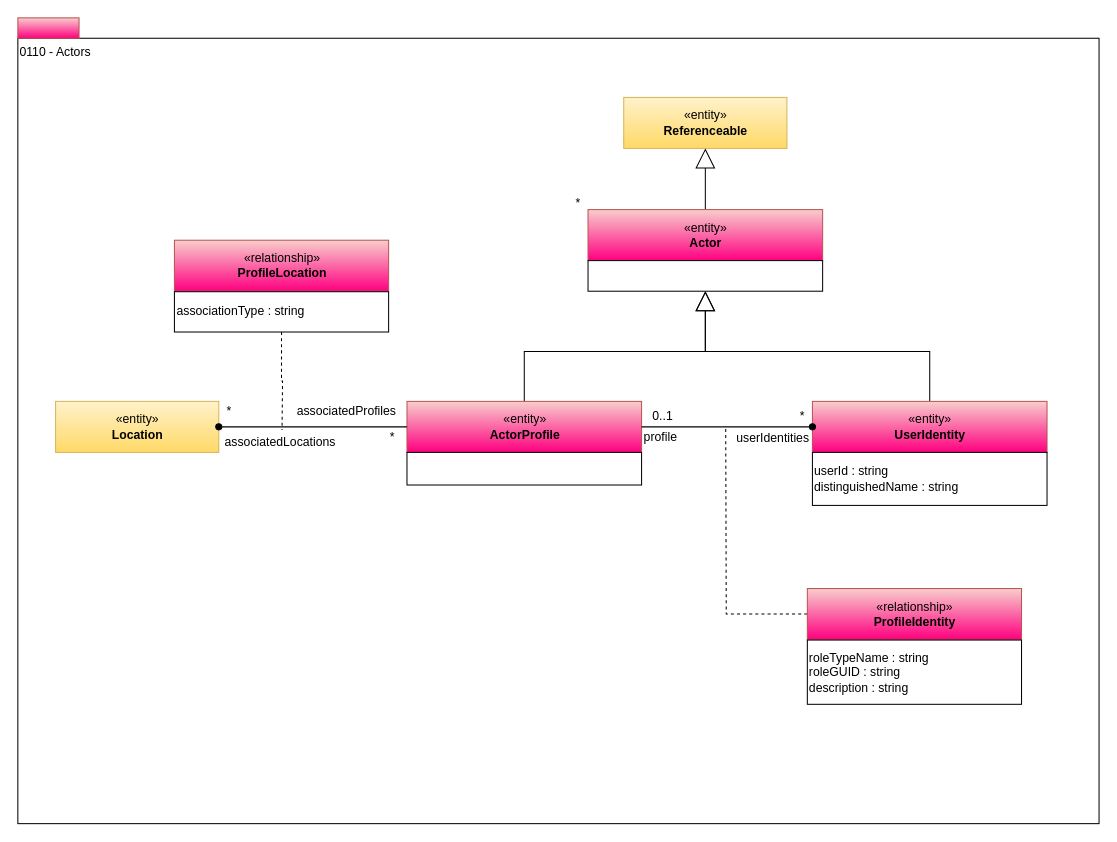
Before: page "0110-Actors" (2 of 16) of site/docs/types/1/area-1-collaboration.drawio in odpi/egeria-docs, a draw.io diagram. Source tidied: cells renumbered, new cells numbered last; positions are measured from the earlier drawing's top-left corner, leaving out a move shared by most shapes. Both pictures are drawn from the tidied source at 102%, with x=0, y=0 at pixel (17, 17).
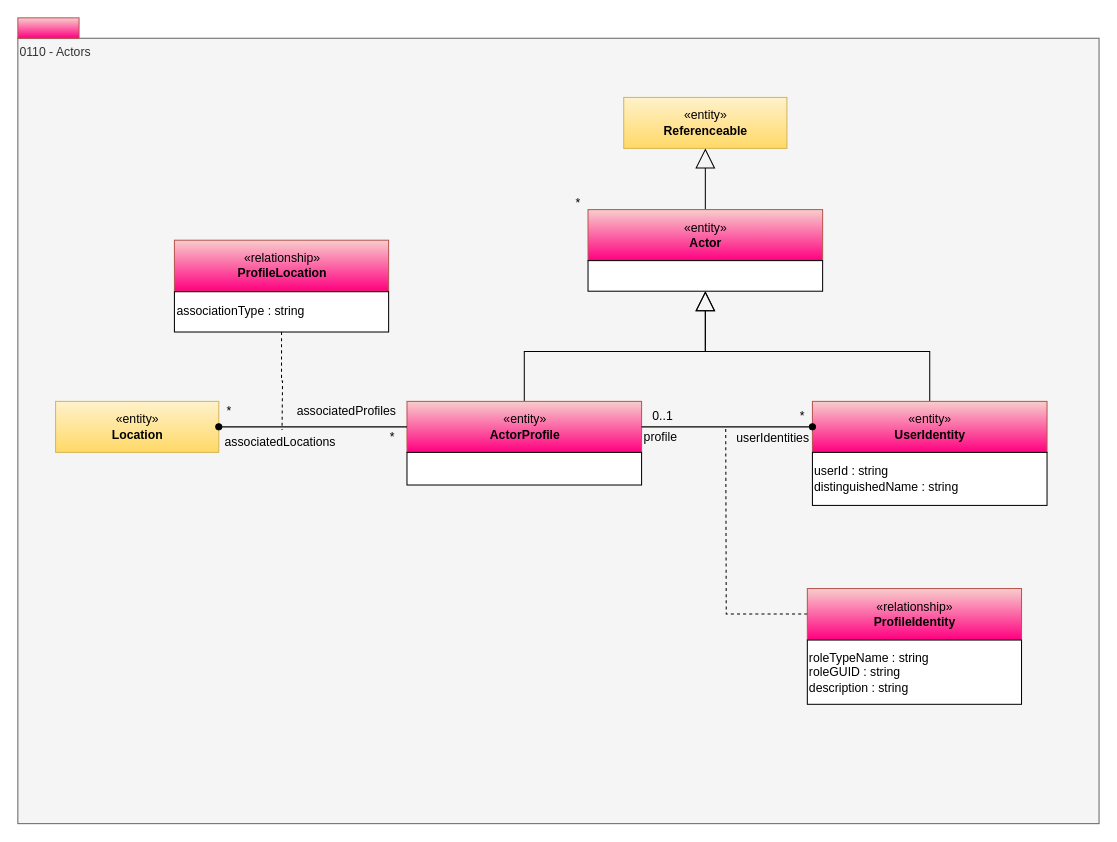
The same page after the edit.

The edit, as a diff of the source:
```diff
@@
-    <mxCell id="2" value="0110 - Actors" style="rounded=0;whiteSpace=wrap;html=1;align=left;verticalAlign=top;" parent="1" vertex="1">
+    <mxCell id="2" value="0110 - Actors" style="rounded=0;whiteSpace=wrap;html=1;align=left;verticalAlign=top;fillColor=#f5f5f5;fontColor=#333333;strokeColor=#666666;" parent="1" vertex="1">
       <mxGeometry y="20" width="1060" height="770" as="geometry" />
     </mxCell>
```
